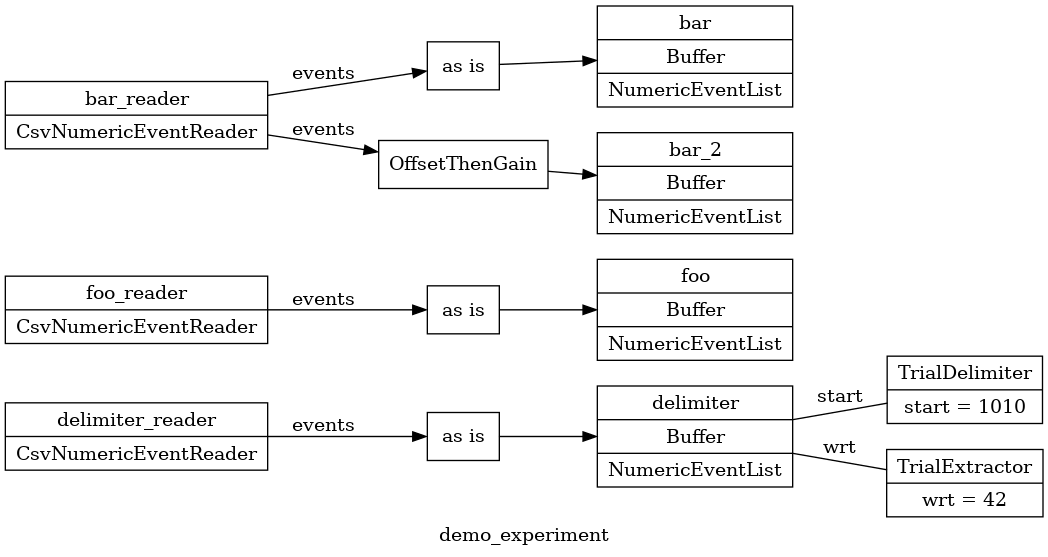
Earlier version of the Graphviz export pyramid/docs/core-demo/demo_experiment.png (benjamin-heasly/gold-lab-nwb-conversions). Its source is kept beside it as pyramid/docs/core-demo/demo_experiment.dot.
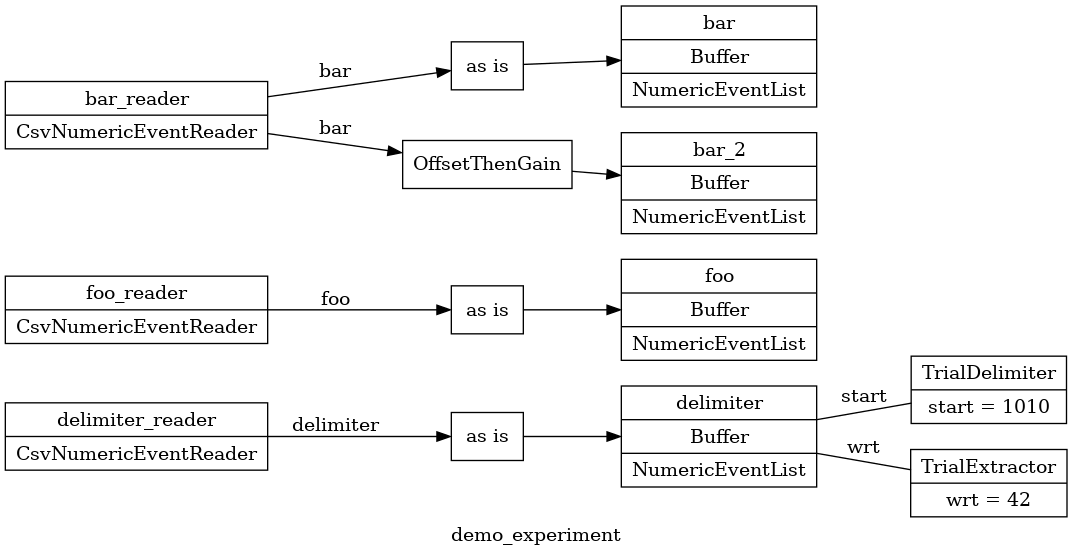
The same file after the commit.

Commit message:
Revalidate Pyramid core-demo.

What changed in the source:
```diff
@@ -8,16 +8,16 @@
 	bar [label="bar|Buffer|NumericEventList" shape=record]
 	bar_2 [label="bar_2|Buffer|NumericEventList" shape=record]
 	delimiter_reader_route_0 [label="as is" shape=record]
-	delimiter_reader -> delimiter_reader_route_0 [label=events]
+	delimiter_reader -> delimiter_reader_route_0 [label=delimiter]
 	delimiter_reader_route_0 -> delimiter
 	foo_reader_route_0 [label="as is" shape=record]
-	foo_reader -> foo_reader_route_0 [label=events]
+	foo_reader -> foo_reader_route_0 [label=foo]
 	foo_reader_route_0 -> foo
 	bar_reader_route_0 [label="as is" shape=record]
-	bar_reader -> bar_reader_route_0 [label=events]
+	bar_reader -> bar_reader_route_0 [label=bar]
 	bar_reader_route_0 -> bar
 	bar_reader_route_1 [label=OffsetThenGain shape=record]
-	bar_reader -> bar_reader_route_1 [label=events]
+	bar_reader -> bar_reader_route_1 [label=bar]
 	bar_reader_route_1 -> bar_2
 	trial_delimiter [label="TrialDelimiter|start = 1010" shape=record]
 	delimiter -> trial_delimiter [label=start arrowhead=none arrowtail=none]
```
